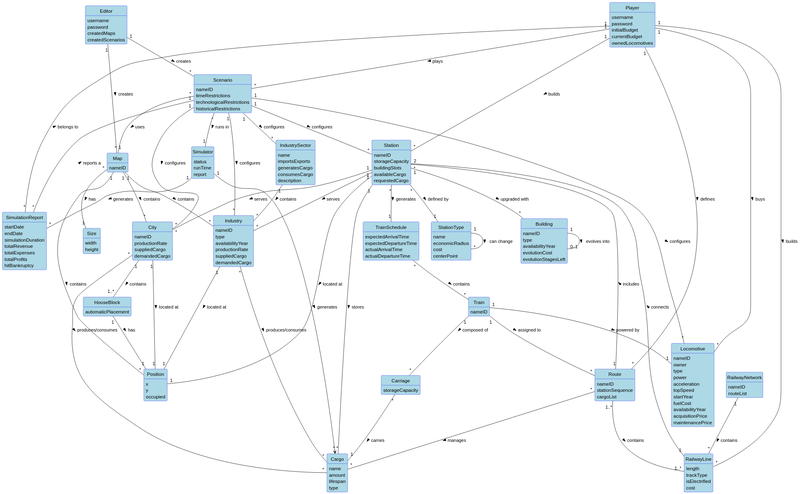
HenriqueSilva18/Railway-Network-Simulator keeps this PlantUML diagram as docs/system-documentation/global-artifacts/02.analysis/svg/DomainModel.svg. Above is the earlier version.
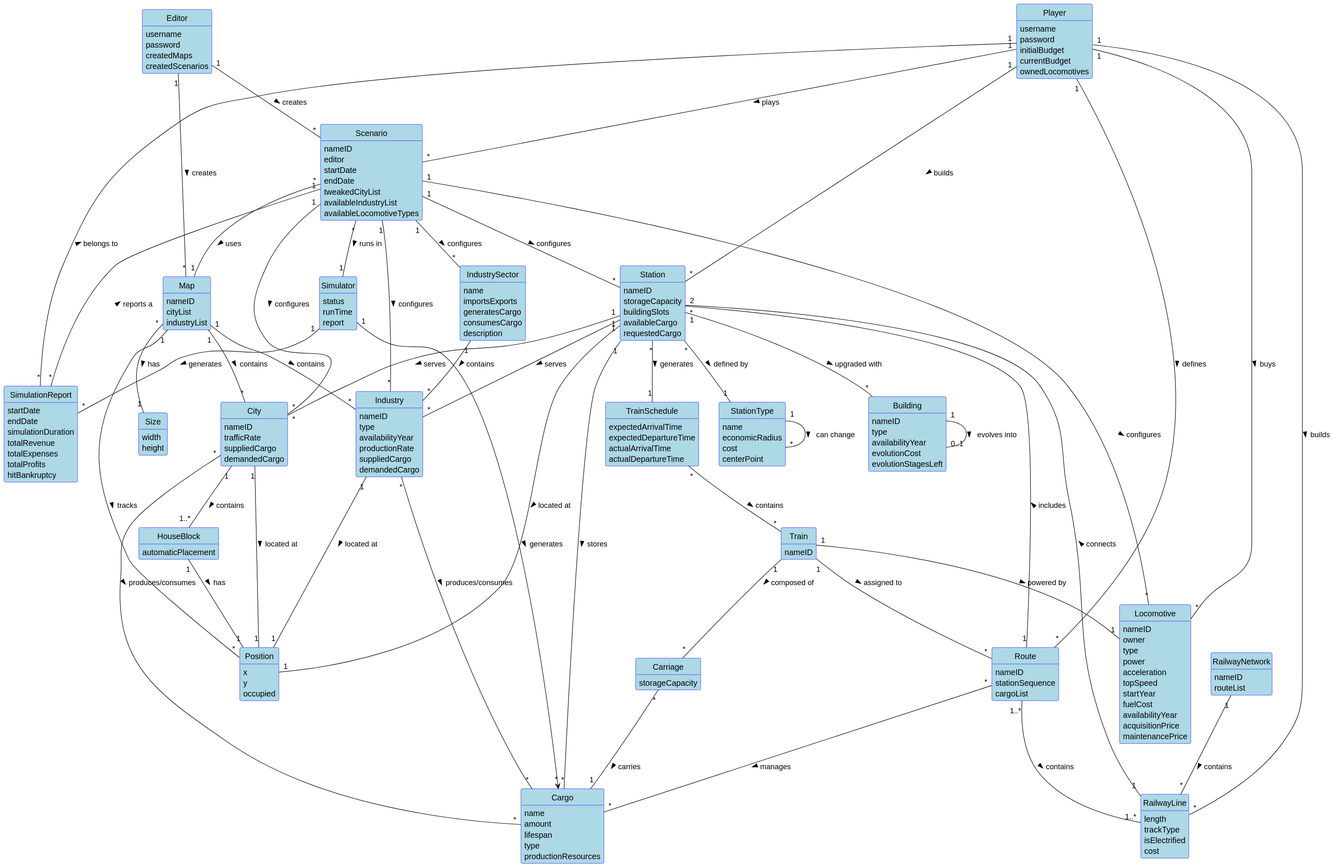
The same file after the commit.

Change to the diagram source:
```diff
@@ -29,6 +29,8 @@
 
 class Map {
   nameID
+  cityList
+  industryList
 }
 
 class Size {
@@ -44,9 +46,12 @@
 
 class Scenario {
   nameID
-  timeRestrictions
-  technologicalRestrictions
-  historicalRestrictions
+  editor
+  startDate
+  endDate
+  tweakedCityList
+  availableIndustryList
+  availableLocomotiveTypes
 }
 
 class Simulator {
@@ -69,7 +74,7 @@
 
 class City {
   nameID
-  productionRate
+  trafficRate
   suppliedCargo
   demandedCargo
 }
@@ -100,6 +105,7 @@
   amount
   lifespan
   type
+  productionResources
 }
 
 class Station {
@@ -207,7 +213,7 @@
 City "1" -- "1" Position : located at >
 Industry "1" -- "1" Position : located at >
 Station "1" -- "1" Position : located at >
-Map "1" -- "*" Position : contains >
+Map "1" -- "*" Position : tracks >
 City "1" -- "1..*" HouseBlock : contains >
 HouseBlock "1" -- "1" Position : has >
 IndustrySector "1" -- "*" Industry : contains >
```
